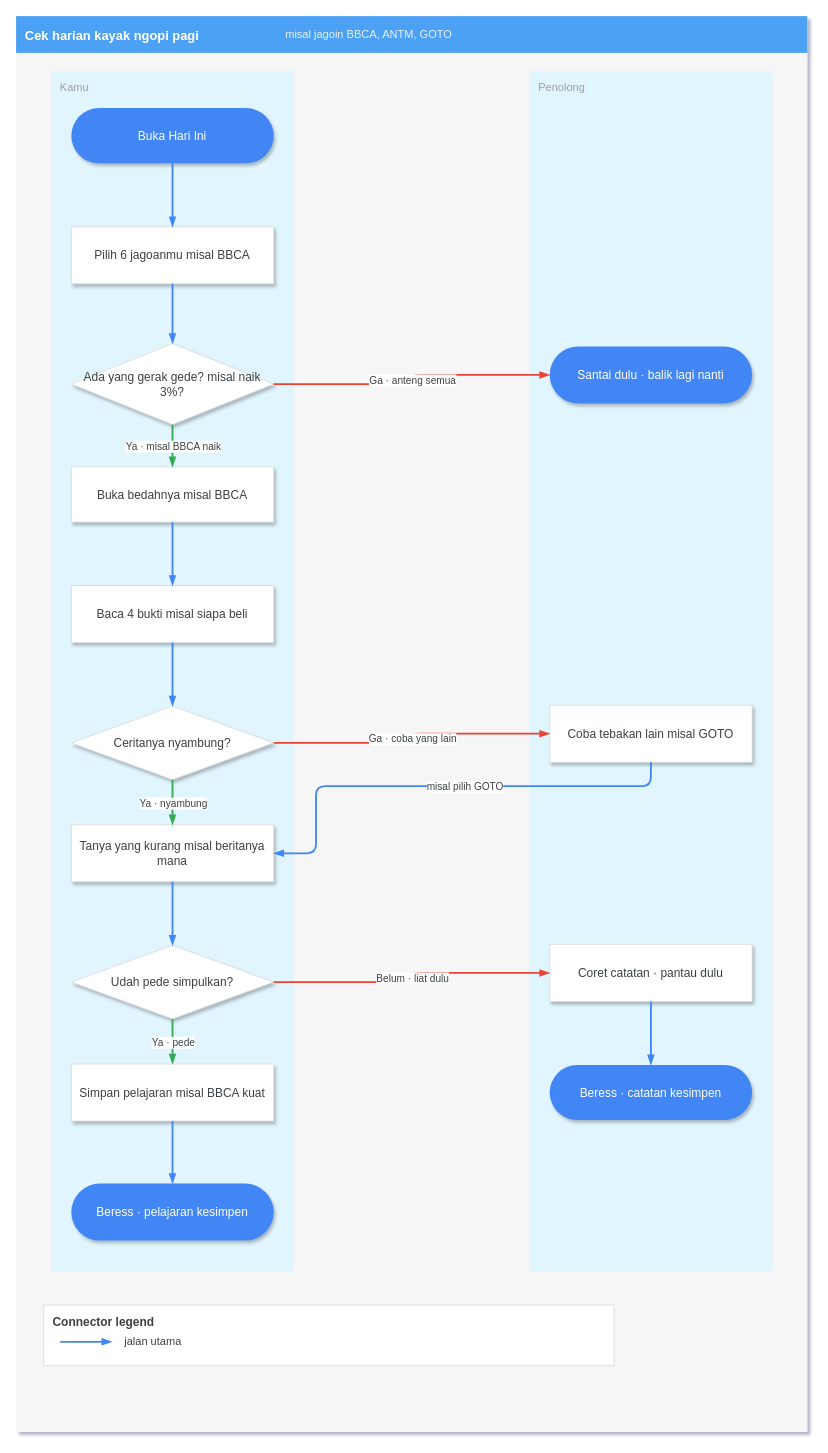
Earlier version of the draw.io diagram docs/diagrams/code/catalyst-daily-flow.drawio (RichardCen05/catalyst). Source tidied: cells renumbered, new cells numbered last; positions are measured from the earlier drawing's top-left corner, leaving out a move shared by most shapes. Both pictures are drawn from the tidied source at 92%, with x=0, y=0 at pixel (16, 16).
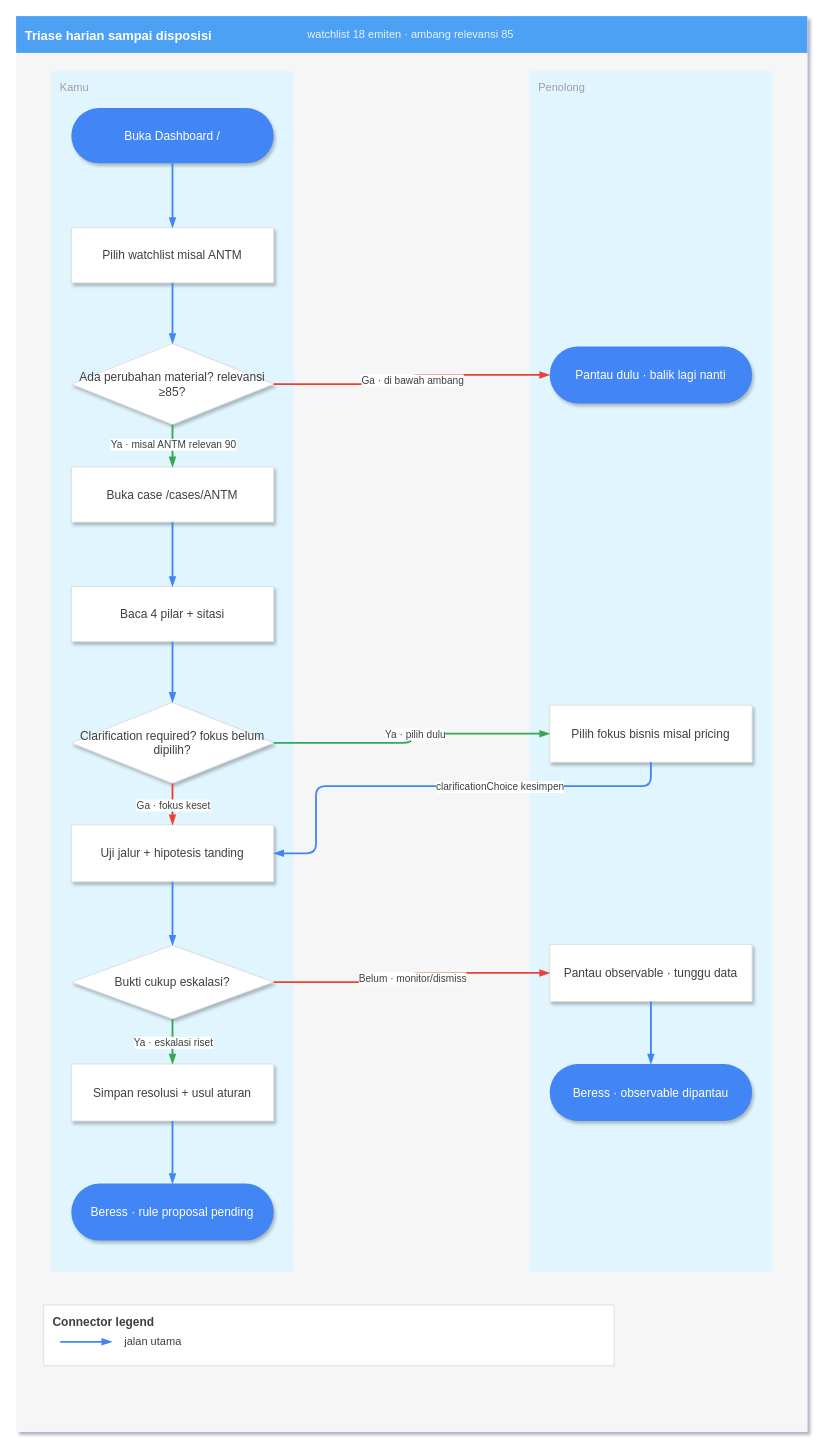
Above is the later version.

The change refers to these unchanged cells:
```xml
<mxCell id="23" style="edgeStyle=orthogonalEdgeStyle;rounded=1;html=1;labelBackgroundColor=#FFFFFF;jumpStyle=arc;jumpSize=12;startFill=1;startSize=4;endArrow=blockThin;endFill=1;endSize=6;jettySize=auto;strokeColor=#34A853;strokeWidth=2;fontSize=11;fontColor=#3C4043;align=center;dashed=0;exitX=0.5;exitY=1;exitDx=0;exitDy=0;entryX=0.5;entryY=0;entryDx=0;entryDy=0;" parent="1" edge="1" source="9" target="11">
  <mxGeometry relative="1" as="geometry" />
</mxCell>
<mxCell id="25" style="edgeStyle=orthogonalEdgeStyle;rounded=1;html=1;labelBackgroundColor=#FFFFFF;jumpStyle=arc;jumpSize=12;startFill=1;startSize=4;endArrow=blockThin;endFill=1;endSize=6;jettySize=auto;strokeColor=#EA4335;strokeWidth=2;fontSize=11;fontColor=#3C4043;align=center;dashed=0;exitX=1;exitY=0.5;exitDx=0;exitDy=0;entryX=0;entryY=0.5;entryDx=0;entryDy=0;" parent="1" edge="1" source="9" target="10">
  <mxGeometry relative="1" as="geometry">
    <Array as="points">
      <mxPoint x="430" y="400" />
      <mxPoint x="430" y="390" />
    </Array>
  </mxGeometry>
</mxCell>
<mxCell id="33" style="edgeStyle=orthogonalEdgeStyle;rounded=1;html=1;labelBackgroundColor=#FFFFFF;jumpStyle=arc;jumpSize=12;startFill=1;startSize=4;endArrow=blockThin;endFill=1;endSize=6;jettySize=auto;strokeColor=#4285F4;strokeWidth=2;fontSize=11;fontColor=#3C4043;align=center;dashed=0;exitX=0.5;exitY=1;exitDx=0;exitDy=0;entryX=1;entryY=0.5;entryDx=0;entryDy=0;" parent="1" edge="1" source="14" target="15">
  <mxGeometry relative="1" as="geometry">
    <Array as="points">
      <mxPoint x="690" y="837" />
      <mxPoint x="326" y="837" />
      <mxPoint x="326" y="910" />
    </Array>
  </mxGeometry>
</mxCell>
<mxCell id="36" style="edgeStyle=orthogonalEdgeStyle;rounded=1;html=1;labelBackgroundColor=#FFFFFF;jumpStyle=arc;jumpSize=12;startFill=1;startSize=4;endArrow=blockThin;endFill=1;endSize=6;jettySize=auto;strokeColor=#34A853;strokeWidth=2;fontSize=11;fontColor=#3C4043;align=center;dashed=0;exitX=0.5;exitY=1;exitDx=0;exitDy=0;entryX=0.5;entryY=0;entryDx=0;entryDy=0;" parent="1" edge="1" source="16" target="18">
  <mxGeometry relative="1" as="geometry" />
</mxCell>
<mxCell id="38" style="edgeStyle=orthogonalEdgeStyle;rounded=1;html=1;labelBackgroundColor=#FFFFFF;jumpStyle=arc;jumpSize=12;startFill=1;startSize=4;endArrow=blockThin;endFill=1;endSize=6;jettySize=auto;strokeColor=#EA4335;strokeWidth=2;fontSize=11;fontColor=#3C4043;align=center;dashed=0;exitX=1;exitY=0.5;exitDx=0;exitDy=0;entryX=0;entryY=0.5;entryDx=0;entryDy=0;" parent="1" edge="1" source="16" target="17">
  <mxGeometry relative="1" as="geometry">
    <Array as="points">
      <mxPoint x="430" y="1050" />
      <mxPoint x="430" y="1040" />
    </Array>
  </mxGeometry>
</mxCell>
```

Change to the diagram source:
```diff
@@
-    <mxCell id="3" value="Cek harian kayak ngopi pagi" style="fillColor=#4DA1F5;strokeColor=none;shadow=0;fontSize=14;align=left;spacing=10;fontColor=#FFFFFF;fontStyle=1;" parent="1" vertex="1">
+    <mxCell id="3" value="Triase harian sampai disposisi" style="fillColor=#4DA1F5;strokeColor=none;shadow=0;fontSize=14;align=left;spacing=10;fontColor=#FFFFFF;fontStyle=1;" parent="1" vertex="1">
       <mxGeometry width="860" height="40" as="geometry" />
     </mxCell>
-    <mxCell id="4" value="misal jagoin BBCA, ANTM, GOTO" style="text;html=1;align=left;verticalAlign=middle;fontSize=12;fontColor=#E8F1FB;" parent="1" vertex="1">
-      <mxGeometry x="291" width="549" height="40" as="geometry" />
+    <mxCell id="4" value="watchlist 18 emiten · ambang relevansi 85" style="text;html=1;align=left;verticalAlign=middle;fontSize=12;fontColor=#E8F1FB;" parent="1" vertex="1">
+      <mxGeometry x="315" width="525" height="40" as="geometry" />
     </mxCell>
@@
-    <mxCell id="7" value="Buka Hari Ini" style="rounded=1;arcSize=50;html=1;strokeWidth=1;shadow=1;fontSize=13;fontColor=#FFFFFF;align=center;verticalAlign=middle;fillColor=#4285F4;strokeColor=none;whiteSpace=wrap;" parent="1" vertex="1">
+    <mxCell id="7" value="Buka Dashboard /" style="rounded=1;arcSize=50;html=1;strokeWidth=1;shadow=1;fontSize=13;fontColor=#FFFFFF;align=center;verticalAlign=middle;fillColor=#4285F4;strokeColor=none;whiteSpace=wrap;" parent="1" vertex="1">
       <mxGeometry x="60" y="100" width="220" height="60" as="geometry" />
     </mxCell>
-    <mxCell id="8" value="Pilih 6 jagoanmu misal BBCA" style="rounded=0;absoluteArcSize=1;arcSize=2;html=1;strokeWidth=1;shadow=1;dashed=0;fontSize=13;fontColor=#3C4043;align=center;verticalAlign=middle;spacingLeft=8;spacingRight=8;whiteSpace=wrap;fillColor=#FFFFFF;strokeColor=#DDDDDD;" parent="1" vertex="1">
-      <mxGeometry x="60" y="229" width="220" height="62" as="geometry" />
+    <mxCell id="8" value="Pilih watchlist misal ANTM" style="rounded=0;absoluteArcSize=1;arcSize=2;html=1;strokeWidth=1;shadow=1;dashed=0;fontSize=13;fontColor=#3C4043;align=center;verticalAlign=middle;spacingLeft=8;spacingRight=8;whiteSpace=wrap;fillColor=#FFFFFF;strokeColor=#DDDDDD;" parent="1" vertex="1">
+      <mxGeometry x="60" y="230" width="220" height="60" as="geometry" />
     </mxCell>
-    <mxCell id="9" value="Ada yang gerak gede? misal naik 3%?" style="rhombus;html=1;strokeWidth=1;shadow=1;fontSize=13;fontColor=#3C4043;align=center;verticalAlign=middle;fillColor=#FFFFFF;strokeColor=#DDDDDD;spacingLeft=6;spacingRight=6;whiteSpace=wrap;" parent="1" vertex="1">
+    <mxCell id="9" value="Ada perubahan material? relevansi ≥85?" style="rhombus;html=1;strokeWidth=1;shadow=1;fontSize=13;fontColor=#3C4043;align=center;verticalAlign=middle;fillColor=#FFFFFF;strokeColor=#DDDDDD;spacingLeft=6;spacingRight=6;whiteSpace=wrap;" parent="1" vertex="1">
       <mxGeometry x="60" y="356" width="220" height="88" as="geometry" />
     </mxCell>
-    <mxCell id="10" value="Santai dulu · balik lagi nanti" style="rounded=1;arcSize=50;html=1;strokeWidth=1;shadow=1;fontSize=13;fontColor=#FFFFFF;align=center;verticalAlign=middle;fillColor=#4285F4;strokeColor=none;whiteSpace=wrap;" parent="1" vertex="1">
+    <mxCell id="10" value="Pantau dulu · balik lagi nanti" style="rounded=1;arcSize=50;html=1;strokeWidth=1;shadow=1;fontSize=13;fontColor=#FFFFFF;align=center;verticalAlign=middle;fillColor=#4285F4;strokeColor=none;whiteSpace=wrap;" parent="1" vertex="1">
       <mxGeometry x="580" y="359" width="220" height="62" as="geometry" />
     </mxCell>
-    <mxCell id="11" value="Buka bedahnya misal BBCA" style="rounded=0;absoluteArcSize=1;arcSize=2;html=1;strokeWidth=1;shadow=1;dashed=0;fontSize=13;fontColor=#3C4043;align=center;verticalAlign=middle;spacingLeft=8;spacingRight=8;whiteSpace=wrap;fillColor=#FFFFFF;strokeColor=#DDDDDD;" parent="1" vertex="1">
+    <mxCell id="11" value="Buka case /cases/ANTM" style="rounded=0;absoluteArcSize=1;arcSize=2;html=1;strokeWidth=1;shadow=1;dashed=0;fontSize=13;fontColor=#3C4043;align=center;verticalAlign=middle;spacingLeft=8;spacingRight=8;whiteSpace=wrap;fillColor=#FFFFFF;strokeColor=#DDDDDD;" parent="1" vertex="1">
       <mxGeometry x="60" y="490" width="220" height="60" as="geometry" />
     </mxCell>
-    <mxCell id="12" value="Baca 4 bukti misal siapa beli" style="rounded=0;absoluteArcSize=1;arcSize=2;html=1;strokeWidth=1;shadow=1;dashed=0;fontSize=13;fontColor=#3C4043;align=center;verticalAlign=middle;spacingLeft=8;spacingRight=8;whiteSpace=wrap;fillColor=#FFFFFF;strokeColor=#DDDDDD;" parent="1" vertex="1">
-      <mxGeometry x="60" y="619" width="220" height="62" as="geometry" />
+    <mxCell id="12" value="Baca 4 pilar + sitasi" style="rounded=0;absoluteArcSize=1;arcSize=2;html=1;strokeWidth=1;shadow=1;dashed=0;fontSize=13;fontColor=#3C4043;align=center;verticalAlign=middle;spacingLeft=8;spacingRight=8;whiteSpace=wrap;fillColor=#FFFFFF;strokeColor=#DDDDDD;" parent="1" vertex="1">
+      <mxGeometry x="60" y="620" width="220" height="60" as="geometry" />
     </mxCell>
-    <mxCell id="13" value="Ceritanya nyambung?" style="rhombus;html=1;strokeWidth=1;shadow=1;fontSize=13;fontColor=#3C4043;align=center;verticalAlign=middle;fillColor=#FFFFFF;strokeColor=#DDDDDD;spacingLeft=6;spacingRight=6;whiteSpace=wrap;" parent="1" vertex="1">
-      <mxGeometry x="60" y="750" width="220" height="80" as="geometry" />
+    <mxCell id="13" value="Clarification required? fokus belum dipilih?" style="rhombus;html=1;strokeWidth=1;shadow=1;fontSize=13;fontColor=#3C4043;align=center;verticalAlign=middle;fillColor=#FFFFFF;strokeColor=#DDDDDD;spacingLeft=6;spacingRight=6;whiteSpace=wrap;" parent="1" vertex="1">
+      <mxGeometry x="60" y="746" width="220" height="88" as="geometry" />
     </mxCell>
-    <mxCell id="14" value="Coba tebakan lain misal GOTO" style="rounded=0;absoluteArcSize=1;arcSize=2;html=1;strokeWidth=1;shadow=1;dashed=0;fontSize=13;fontColor=#3C4043;align=center;verticalAlign=middle;spacingLeft=8;spacingRight=8;whiteSpace=wrap;fillColor=#FFFFFF;strokeColor=#DDDDDD;" parent="1" vertex="1">
+    <mxCell id="14" value="Pilih fokus bisnis misal pricing" style="rounded=0;absoluteArcSize=1;arcSize=2;html=1;strokeWidth=1;shadow=1;dashed=0;fontSize=13;fontColor=#3C4043;align=center;verticalAlign=middle;spacingLeft=8;spacingRight=8;whiteSpace=wrap;fillColor=#FFFFFF;strokeColor=#DDDDDD;" parent="1" vertex="1">
       <mxGeometry x="580" y="749" width="220" height="62" as="geometry" />
     </mxCell>
-    <mxCell id="15" value="Tanya yang kurang misal beritanya mana" style="rounded=0;absoluteArcSize=1;arcSize=2;html=1;strokeWidth=1;shadow=1;dashed=0;fontSize=13;fontColor=#3C4043;align=center;verticalAlign=middle;spacingLeft=8;spacingRight=8;whiteSpace=wrap;fillColor=#FFFFFF;strokeColor=#DDDDDD;" parent="1" vertex="1">
+    <mxCell id="15" value="Uji jalur + hipotesis tanding" style="rounded=0;absoluteArcSize=1;arcSize=2;html=1;strokeWidth=1;shadow=1;dashed=0;fontSize=13;fontColor=#3C4043;align=center;verticalAlign=middle;spacingLeft=8;spacingRight=8;whiteSpace=wrap;fillColor=#FFFFFF;strokeColor=#DDDDDD;" parent="1" vertex="1">
       <mxGeometry x="60" y="879" width="220" height="62" as="geometry" />
     </mxCell>
-    <mxCell id="16" value="Udah pede simpulkan?" style="rhombus;html=1;strokeWidth=1;shadow=1;fontSize=13;fontColor=#3C4043;align=center;verticalAlign=middle;fillColor=#FFFFFF;strokeColor=#DDDDDD;spacingLeft=6;spacingRight=6;whiteSpace=wrap;" parent="1" vertex="1">
+    <mxCell id="16" value="Bukti cukup eskalasi?" style="rhombus;html=1;strokeWidth=1;shadow=1;fontSize=13;fontColor=#3C4043;align=center;verticalAlign=middle;fillColor=#FFFFFF;strokeColor=#DDDDDD;spacingLeft=6;spacingRight=6;whiteSpace=wrap;" parent="1" vertex="1">
       <mxGeometry x="60" y="1010" width="220" height="80" as="geometry" />
     </mxCell>
-    <mxCell id="17" value="Coret catatan · pantau dulu" style="rounded=0;absoluteArcSize=1;arcSize=2;html=1;strokeWidth=1;shadow=1;dashed=0;fontSize=13;fontColor=#3C4043;align=center;verticalAlign=middle;spacingLeft=8;spacingRight=8;whiteSpace=wrap;fillColor=#FFFFFF;strokeColor=#DDDDDD;" parent="1" vertex="1">
+    <mxCell id="17" value="Pantau observable · tunggu data" style="rounded=0;absoluteArcSize=1;arcSize=2;html=1;strokeWidth=1;shadow=1;dashed=0;fontSize=13;fontColor=#3C4043;align=center;verticalAlign=middle;spacingLeft=8;spacingRight=8;whiteSpace=wrap;fillColor=#FFFFFF;strokeColor=#DDDDDD;" parent="1" vertex="1">
       <mxGeometry x="580" y="1009" width="220" height="62" as="geometry" />
     </mxCell>
-    <mxCell id="18" value="Simpan pelajaran misal BBCA kuat" style="rounded=0;absoluteArcSize=1;arcSize=2;html=1;strokeWidth=1;shadow=1;dashed=0;fontSize=13;fontColor=#3C4043;align=center;verticalAlign=middle;spacingLeft=8;spacingRight=8;whiteSpace=wrap;fillColor=#FFFFFF;strokeColor=#DDDDDD;" parent="1" vertex="1">
+    <mxCell id="18" value="Simpan resolusi + usul aturan" style="rounded=0;absoluteArcSize=1;arcSize=2;html=1;strokeWidth=1;shadow=1;dashed=0;fontSize=13;fontColor=#3C4043;align=center;verticalAlign=middle;spacingLeft=8;spacingRight=8;whiteSpace=wrap;fillColor=#FFFFFF;strokeColor=#DDDDDD;" parent="1" vertex="1">
       <mxGeometry x="60" y="1139" width="220" height="62" as="geometry" />
     </mxCell>
-    <mxCell id="19" value="Beress · pelajaran kesimpen" style="rounded=1;arcSize=50;html=1;strokeWidth=1;shadow=1;fontSize=13;fontColor=#FFFFFF;align=center;verticalAlign=middle;fillColor=#4285F4;strokeColor=none;whiteSpace=wrap;" parent="1" vertex="1">
+    <mxCell id="19" value="Beress · rule proposal pending" style="rounded=1;arcSize=50;html=1;strokeWidth=1;shadow=1;fontSize=13;fontColor=#FFFFFF;align=center;verticalAlign=middle;fillColor=#4285F4;strokeColor=none;whiteSpace=wrap;" parent="1" vertex="1">
       <mxGeometry x="60" y="1269" width="220" height="62" as="geometry" />
     </mxCell>
-    <mxCell id="20" value="Beress · catatan kesimpen" style="rounded=1;arcSize=50;html=1;strokeWidth=1;shadow=1;fontSize=13;fontColor=#FFFFFF;align=center;verticalAlign=middle;fillColor=#4285F4;strokeColor=none;whiteSpace=wrap;" parent="1" vertex="1">
-      <mxGeometry x="580" y="1140" width="220" height="60" as="geometry" />
+    <mxCell id="20" value="Beress · observable dipantau" style="rounded=1;arcSize=50;html=1;strokeWidth=1;shadow=1;fontSize=13;fontColor=#FFFFFF;align=center;verticalAlign=middle;fillColor=#4285F4;strokeColor=none;whiteSpace=wrap;" parent="1" vertex="1">
+      <mxGeometry x="580" y="1139" width="220" height="62" as="geometry" />
     </mxCell>
@@
-    <mxCell id="24" value="Ya · misal BBCA naik" style="edgeLabel;html=1;align=center;verticalAlign=middle;fontSize=11;fontColor=#3C4043;labelBackgroundColor=#FFFFFF;" parent="23" vertex="1">
-      <mxGeometry relative="1" as="geometry" />
+    <mxCell id="24" value="Ya · misal ANTM relevan 90" style="edgeLabel;html=1;align=center;verticalAlign=middle;fontSize=11;fontColor=#3C4043;labelBackgroundColor=#FFFFFF;" parent="23" vertex="1">
+      <mxGeometry x="-0.1" relative="1" as="geometry" />
     </mxCell>
@@
-    <mxCell id="26" value="Ga · anteng semua" style="edgeLabel;html=1;align=center;verticalAlign=middle;fontSize=11;fontColor=#3C4043;labelBackgroundColor=#FFFFFF;" parent="25" vertex="1">
+    <mxCell id="26" value="Ga · di bawah ambang" style="edgeLabel;html=1;align=center;verticalAlign=middle;fontSize=11;fontColor=#3C4043;labelBackgroundColor=#FFFFFF;" parent="25" vertex="1">
       <mxGeometry relative="1" as="geometry" />
     </mxCell>
@@
-    <mxCell id="29" style="edgeStyle=orthogonalEdgeStyle;rounded=1;html=1;labelBackgroundColor=#FFFFFF;jumpStyle=arc;jumpSize=12;startFill=1;startSize=4;endArrow=blockThin;endFill=1;endSize=6;jettySize=auto;strokeColor=#34A853;strokeWidth=2;fontSize=11;fontColor=#3C4043;align=center;dashed=0;exitX=0.5;exitY=1;exitDx=0;exitDy=0;entryX=0.5;entryY=0;entryDx=0;entryDy=0;" parent="1" edge="1" source="13" target="15">
-      <mxGeometry relative="1" as="geometry" />
+    <mxCell id="29" style="edgeStyle=orthogonalEdgeStyle;rounded=1;html=1;labelBackgroundColor=#FFFFFF;jumpStyle=arc;jumpSize=12;startFill=1;startSize=4;endArrow=blockThin;endFill=1;endSize=6;jettySize=auto;strokeColor=#34A853;strokeWidth=2;fontSize=11;fontColor=#3C4043;align=center;dashed=0;exitX=1;exitY=0.5;exitDx=0;exitDy=0;entryX=0;entryY=0.5;entryDx=0;entryDy=0;" parent="1" edge="1" source="13" target="14">
+      <mxGeometry relative="1" as="geometry">
+        <Array as="points">
+          <mxPoint x="430" y="790" />
+          <mxPoint x="430" y="780" />
+        </Array>
+      </mxGeometry>
     </mxCell>
-    <mxCell id="30" value="Ya · nyambung" style="edgeLabel;html=1;align=center;verticalAlign=middle;fontSize=11;fontColor=#3C4043;labelBackgroundColor=#FFFFFF;" parent="29" vertex="1">
-      <mxGeometry relative="1" as="geometry" />
+    <mxCell id="30" value="Ya · pilih dulu" style="edgeLabel;html=1;align=center;verticalAlign=middle;fontSize=11;fontColor=#3C4043;labelBackgroundColor=#FFFFFF;" parent="29" vertex="1">
+      <mxGeometry x="0.05" relative="1" as="geometry" />
     </mxCell>
-    <mxCell id="31" style="edgeStyle=orthogonalEdgeStyle;rounded=1;html=1;labelBackgroundColor=#FFFFFF;jumpStyle=arc;jumpSize=12;startFill=1;startSize=4;endArrow=blockThin;endFill=1;endSize=6;jettySize=auto;strokeColor=#EA4335;strokeWidth=2;fontSize=11;fontColor=#3C4043;align=center;dashed=0;exitX=1;exitY=0.5;exitDx=0;exitDy=0;entryX=0;entryY=0.5;entryDx=0;entryDy=0;" parent="1" edge="1" source="13" target="14">
-      <mxGeometry relative="1" as="geometry">
-        <Array as="points">
-          <mxPoint x="430" y="790" />
-          <mxPoint x="430" y="780" />
-        </Array>
-      </mxGeometry>
+    <mxCell id="31" style="edgeStyle=orthogonalEdgeStyle;rounded=1;html=1;labelBackgroundColor=#FFFFFF;jumpStyle=arc;jumpSize=12;startFill=1;startSize=4;endArrow=blockThin;endFill=1;endSize=6;jettySize=auto;strokeColor=#EA4335;strokeWidth=2;fontSize=11;fontColor=#3C4043;align=center;dashed=0;exitX=0.5;exitY=1;exitDx=0;exitDy=0;entryX=0.5;entryY=0;entryDx=0;entryDy=0;" parent="1" edge="1" source="13" target="15">
+      <mxGeometry relative="1" as="geometry" />
     </mxCell>
-    <mxCell id="32" value="Ga · coba yang lain" style="edgeLabel;html=1;align=center;verticalAlign=middle;fontSize=11;fontColor=#3C4043;labelBackgroundColor=#FFFFFF;" parent="31" vertex="1">
+    <mxCell id="32" value="Ga · fokus keset" style="edgeLabel;html=1;align=center;verticalAlign=middle;fontSize=11;fontColor=#3C4043;labelBackgroundColor=#FFFFFF;" parent="31" vertex="1">
       <mxGeometry relative="1" as="geometry" />
     </mxCell>
@@
-    <mxCell id="34" value="misal pilih GOTO" style="edgeLabel;html=1;align=center;verticalAlign=middle;fontSize=11;fontColor=#3C4043;labelBackgroundColor=#FFFFFF;" parent="33" vertex="1">
-      <mxGeometry x="-0.1" relative="1" as="geometry" />
+    <mxCell id="34" value="clarificationChoice kesimpen" style="edgeLabel;html=1;align=center;verticalAlign=middle;fontSize=11;fontColor=#3C4043;labelBackgroundColor=#FFFFFF;" parent="33" vertex="1">
+      <mxGeometry x="-0.25" relative="1" as="geometry" />
     </mxCell>
@@
-    <mxCell id="37" value="Ya · pede" style="edgeLabel;html=1;align=center;verticalAlign=middle;fontSize=11;fontColor=#3C4043;labelBackgroundColor=#FFFFFF;" parent="36" vertex="1">
+    <mxCell id="37" value="Ya · eskalasi riset" style="edgeLabel;html=1;align=center;verticalAlign=middle;fontSize=11;fontColor=#3C4043;labelBackgroundColor=#FFFFFF;" parent="36" vertex="1">
       <mxGeometry relative="1" as="geometry" />
     </mxCell>
@@
-    <mxCell id="39" value="Belum · liat dulu" style="edgeLabel;html=1;align=center;verticalAlign=middle;fontSize=11;fontColor=#3C4043;labelBackgroundColor=#FFFFFF;" parent="38" vertex="1">
+    <mxCell id="39" value="Belum · monitor/dismiss" style="edgeLabel;html=1;align=center;verticalAlign=middle;fontSize=11;fontColor=#3C4043;labelBackgroundColor=#FFFFFF;" parent="38" vertex="1">
       <mxGeometry relative="1" as="geometry" />
     </mxCell>
```
